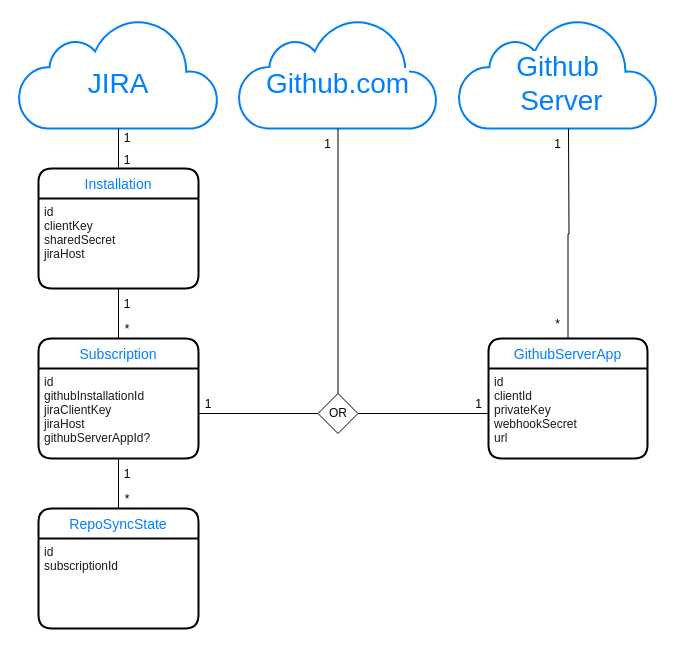
Earlier version of the draw.io diagram docs/draw.io/data-model.drawio.xml (atlassian/github-for-jira). Source tidied: cells renumbered, new cells numbered last; positions are measured from the earlier drawing's top-left corner, leaving out a move shared by most shapes. Both pictures are drawn from the tidied source at 100%, with x=0, y=0 at pixel (18, 18).
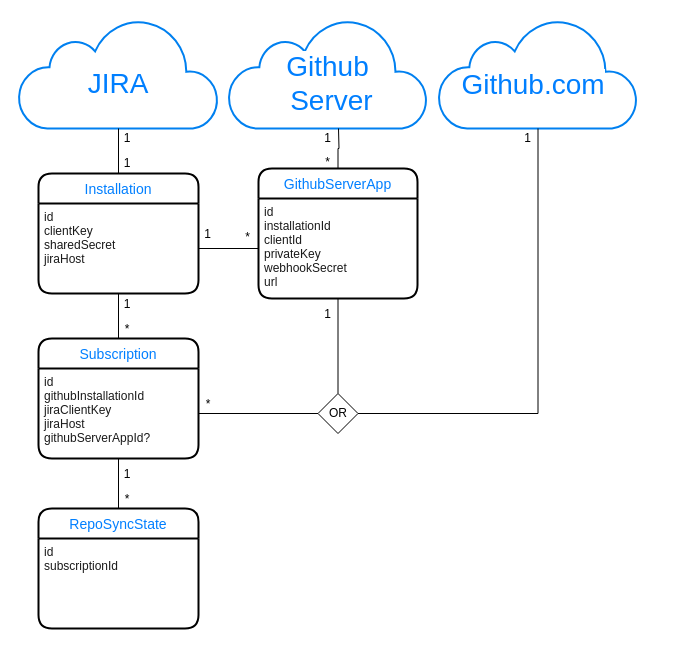
The same page after the edit.

Commit message (it also covers changes not shown here):
updating data model for GHE app security (#1245)

* updating data model for GHE app security

* forgot image

* updating based on PR comments

* exporting image

The change refers to these unchanged cells:
```xml
<mxCell id="15" value="id&#10;clientKey&#10;sharedSecret&#10;jiraHost" style="align=left;strokeColor=none;fillColor=none;spacingLeft=4;fontSize=12;verticalAlign=top;fontColor=#1A1A1A;" parent="14" vertex="1">
  <mxGeometry y="30" width="160" height="90" as="geometry" />
</mxCell>
<mxCell id="37" value="OR" style="rhombus;whiteSpace=wrap;html=1;" parent="1" vertex="1">
  <mxGeometry x="299.5" y="375" width="40" height="40" as="geometry" />
</mxCell>
```

Diff of the diagram source:
```diff
@@
     <mxCell id="5" style="group;" parent="1" vertex="1">
-      <mxGeometry x="220" width="199" height="130" as="geometry" />
+      <mxGeometry x="220" width="330" height="130" as="geometry" />
     </mxCell>
     <mxCell id="6" style="html=1;verticalLabelPosition=bottom;align=center;labelBackgroundColor=#ffffff;verticalAlign=top;strokeWidth=2;strokeColor=#0080F0;shadow=0;dashed=0;shape=mxgraph.ios7.icons.cloud;" parent="5" vertex="1">
-      <mxGeometry width="199" height="110" as="geometry" />
+      <mxGeometry x="200" width="199" height="110" as="geometry" />
     </mxCell>
     <mxCell id="7" value="&lt;span style=&quot;background-color: rgb(255 , 255 , 255) ; font-size: 28px&quot;&gt;Github.com&lt;/span&gt;" style="text;html=1;strokeColor=none;fillColor=none;align=center;verticalAlign=middle;whiteSpace=wrap;rounded=0;fontSize=28;fontColor=#007FFF;" parent="5" vertex="1">
-      <mxGeometry x="70" y="50" width="59" height="30" as="geometry" />
+      <mxGeometry x="260" y="51" width="70" height="30" as="geometry" />
     </mxCell>
     <mxCell id="8" value="&lt;font color=&quot;#000000&quot; style=&quot;font-size: 12px&quot;&gt;1&lt;/font&gt;" style="text;html=1;strokeColor=none;fillColor=none;align=center;verticalAlign=middle;whiteSpace=wrap;rounded=0;shadow=0;glass=0;fontSize=28;fontColor=#007FFF;" parent="5" vertex="1">
-      <mxGeometry x="80" y="110" width="19" height="20" as="geometry" />
+      <mxGeometry x="280" y="104" width="19" height="20" as="geometry" />
     </mxCell>
     <mxCell id="9" style="group;" parent="1" vertex="1">
-      <mxGeometry x="440" width="199" height="110" as="geometry" />
+      <mxGeometry x="210" width="199" height="110" as="geometry" />
     </mxCell>
@@
     <mxCell id="14" value="Installation" style="swimlane;horizontal=1;startSize=30;rounded=1;fontSize=14;fontStyle=0;strokeWidth=2;shadow=0;dashed=0;align=center;fontColor=#007FFF;glass=0;" parent="1" vertex="1">
-      <mxGeometry x="20" y="150" width="160" height="120" as="geometry" />
+      <mxGeometry x="20" y="155" width="160" height="120" as="geometry" />
     </mxCell>
@@
     <mxCell id="20" style="edgeStyle=orthogonalEdgeStyle;rounded=0;jettySize=auto;html=1;fontSize=28;fontColor=#007FFF;endArrow=none;endFill=0;" parent="1" edge="1" source="21">
       <mxGeometry relative="1" as="geometry">
-        <mxPoint x="550" y="110" as="targetPoint" />
+        <mxPoint x="320" y="110" as="targetPoint" />
       </mxGeometry>
     </mxCell>
     <mxCell id="21" value="GithubServerApp" style="swimlane;horizontal=1;startSize=30;rounded=1;fontSize=14;fontStyle=0;strokeWidth=2;shadow=0;dashed=0;align=center;fontColor=#007FFF;glass=0;" parent="1" vertex="1">
-      <mxGeometry x="470" y="320" width="159" height="120" as="geometry" />
+      <mxGeometry x="240" y="150" width="159" height="130" as="geometry" />
     </mxCell>
-    <mxCell id="22" value="id&#10;clientId&#10;privateKey&#10;webhookSecret&#10;url" style="align=left;strokeColor=none;fillColor=none;spacingLeft=4;fontSize=12;verticalAlign=top;fontColor=#1A1A1A;" parent="21" vertex="1">
-      <mxGeometry y="30" width="159" height="90" as="geometry" />
+    <mxCell id="22" value="id&#10;installationId&#10;clientId&#10;privateKey&#10;webhookSecret&#10;url" style="align=left;strokeColor=none;fillColor=none;spacingLeft=4;fontSize=12;verticalAlign=top;fontColor=#1A1A1A;" parent="21" vertex="1">
+      <mxGeometry y="30" width="159" height="100" as="geometry" />
     </mxCell>
@@
     <mxCell id="24" value="&lt;font color=&quot;#000000&quot; style=&quot;font-size: 12px&quot;&gt;1&lt;/font&gt;" style="text;html=1;strokeColor=none;fillColor=none;align=center;verticalAlign=middle;whiteSpace=wrap;rounded=0;shadow=0;glass=0;fontSize=28;fontColor=#007FFF;" parent="1" vertex="1">
-      <mxGeometry x="99" y="126" width="20" height="20" as="geometry" />
+      <mxGeometry x="99" y="129" width="20" height="20" as="geometry" />
     </mxCell>
@@
     <mxCell id="27" value="&lt;font color=&quot;#000000&quot; style=&quot;font-size: 12px&quot;&gt;*&lt;/font&gt;" style="text;html=1;strokeColor=none;fillColor=none;align=center;verticalAlign=middle;whiteSpace=wrap;rounded=0;shadow=0;glass=0;fontSize=28;fontColor=#007FFF;" parent="1" vertex="1">
-      <mxGeometry x="530" y="290" width="19" height="20" as="geometry" />
+      <mxGeometry x="300" y="128" width="19" height="20" as="geometry" />
     </mxCell>
     <mxCell id="28" value="&lt;font color=&quot;#000000&quot; style=&quot;font-size: 12px&quot;&gt;1&lt;/font&gt;" style="text;html=1;strokeColor=none;fillColor=none;align=center;verticalAlign=middle;whiteSpace=wrap;rounded=0;shadow=0;glass=0;fontSize=28;fontColor=#007FFF;" parent="1" vertex="1">
-      <mxGeometry x="530" y="110" width="19" height="20" as="geometry" />
+      <mxGeometry x="300" y="104" width="19" height="20" as="geometry" />
     </mxCell>
@@
-    <mxCell id="30" value="&lt;font color=&quot;#000000&quot; style=&quot;font-size: 12px&quot;&gt;1&lt;/font&gt;" style="text;html=1;strokeColor=none;fillColor=none;align=center;verticalAlign=middle;whiteSpace=wrap;rounded=0;shadow=0;glass=0;fontSize=28;fontColor=#007FFF;" parent="1" vertex="1">
+    <mxCell id="30" value="&lt;font color=&quot;#000000&quot; style=&quot;font-size: 12px&quot;&gt;*&lt;/font&gt;" style="text;html=1;strokeColor=none;fillColor=none;align=center;verticalAlign=middle;whiteSpace=wrap;rounded=0;shadow=0;glass=0;fontSize=28;fontColor=#007FFF;" parent="1" vertex="1">
       <mxGeometry x="180" y="370" width="20" height="20" as="geometry" />
     </mxCell>
     <mxCell id="31" value="&lt;font color=&quot;#000000&quot; style=&quot;font-size: 12px&quot;&gt;1&lt;/font&gt;" style="text;html=1;strokeColor=none;fillColor=none;align=center;verticalAlign=middle;whiteSpace=wrap;rounded=0;shadow=0;glass=0;fontSize=28;fontColor=#007FFF;" parent="1" vertex="1">
-      <mxGeometry x="451" y="370" width="19" height="20" as="geometry" />
+      <mxGeometry x="300" y="280" width="19" height="20" as="geometry" />
     </mxCell>
@@
-    <mxCell id="35" style="edgeStyle=orthogonalEdgeStyle;rounded=0;jettySize=auto;html=1;endArrow=none;endFill=0;entryX=0.5;entryY=0;entryDx=0;entryDy=0;" parent="1" edge="1" source="6" target="37">
-      <mxGeometry relative="1" as="geometry" />
-    </mxCell>
-    <mxCell id="36" style="edgeStyle=orthogonalEdgeStyle;rounded=0;jettySize=auto;html=1;entryX=0;entryY=0.5;entryDx=0;entryDy=0;endArrow=none;endFill=0;" parent="1" edge="1" source="37" target="22">
+    <mxCell id="36" style="edgeStyle=orthogonalEdgeStyle;rounded=0;jettySize=auto;html=1;entryX=0.5;entryY=1;entryDx=0;entryDy=0;endArrow=none;endFill=0;" parent="1" edge="1" source="37" target="22">
       <mxGeometry relative="1" as="geometry" />
     </mxCell>
+    <mxCell id="38" style="edgeStyle=orthogonalEdgeStyle;rounded=0;jettySize=auto;html=1;exitX=1;exitY=0.5;exitDx=0;exitDy=0;endArrow=none;endFill=0;" parent="1" edge="1" source="37" target="6">
+      <mxGeometry relative="1" as="geometry" />
+    </mxCell>
@@
+    <mxCell id="39" style="edgeStyle=orthogonalEdgeStyle;rounded=0;jettySize=auto;html=1;exitX=1;exitY=0.5;exitDx=0;exitDy=0;endArrow=none;endFill=0;entryX=0;entryY=0.5;entryDx=0;entryDy=0;" parent="1" edge="1" source="15" target="22">
+      <mxGeometry relative="1" as="geometry" />
+    </mxCell>
+    <mxCell id="40" value="&lt;font color=&quot;#000000&quot; style=&quot;font-size: 12px&quot;&gt;1&lt;/font&gt;" style="text;html=1;strokeColor=none;fillColor=none;align=center;verticalAlign=middle;whiteSpace=wrap;rounded=0;shadow=0;glass=0;fontSize=28;fontColor=#007FFF;" parent="1" vertex="1">
+      <mxGeometry x="180" y="200" width="19" height="20" as="geometry" />
+    </mxCell>
+    <mxCell id="41" value="&lt;font color=&quot;#000000&quot; style=&quot;font-size: 12px&quot;&gt;*&lt;/font&gt;" style="text;html=1;strokeColor=none;fillColor=none;align=center;verticalAlign=middle;whiteSpace=wrap;rounded=0;shadow=0;glass=0;fontSize=28;fontColor=#007FFF;" parent="1" vertex="1">
+      <mxGeometry x="220" y="203" width="19" height="20" as="geometry" />
+    </mxCell>
```
